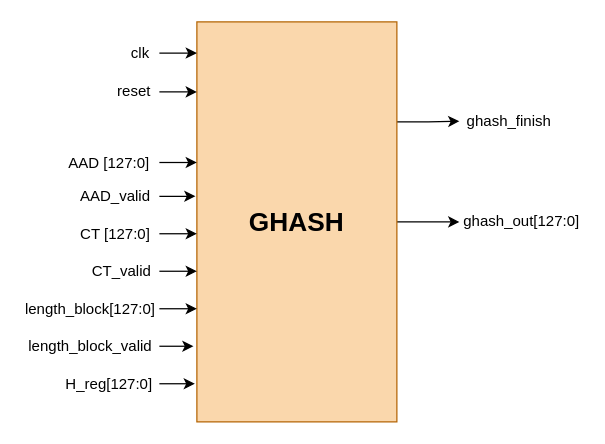
The draw.io diagram Quang Long/_drawio/GHASH high level.drawio in LQLManZz/AES128-Verilog, before the edit. Source tidied: cells renumbered, new cells numbered last; positions are measured from the earlier drawing's top-left corner, leaving out a move shared by most shapes. Both pictures are drawn from the tidied source at 125%, with x=0, y=0 at pixel (21, 21).
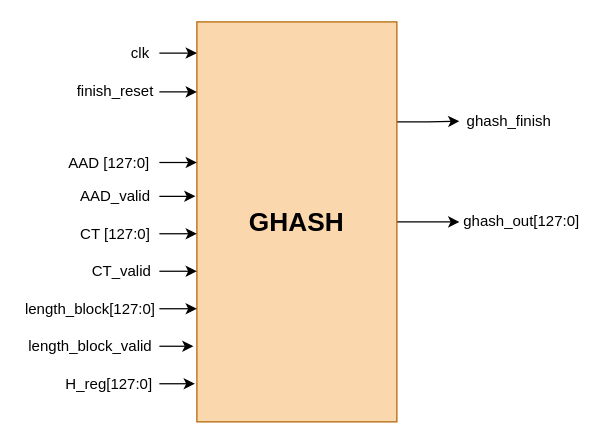
After the change.

Change to the diagram source:
```diff
@@
-    <mxCell id="7" value="reset" style="text;html=1;whiteSpace=wrap;strokeColor=none;fillColor=none;align=center;verticalAlign=middle;rounded=0;" parent="1" vertex="1">
-      <mxGeometry x="70" y="41" width="40" height="30" as="geometry" />
+    <mxCell id="7" value="finish_reset" style="text;html=1;whiteSpace=wrap;strokeColor=none;fillColor=none;align=center;verticalAlign=middle;rounded=0;" parent="1" vertex="1">
+      <mxGeometry x="40" y="41" width="70" height="30" as="geometry" />
     </mxCell>
```
